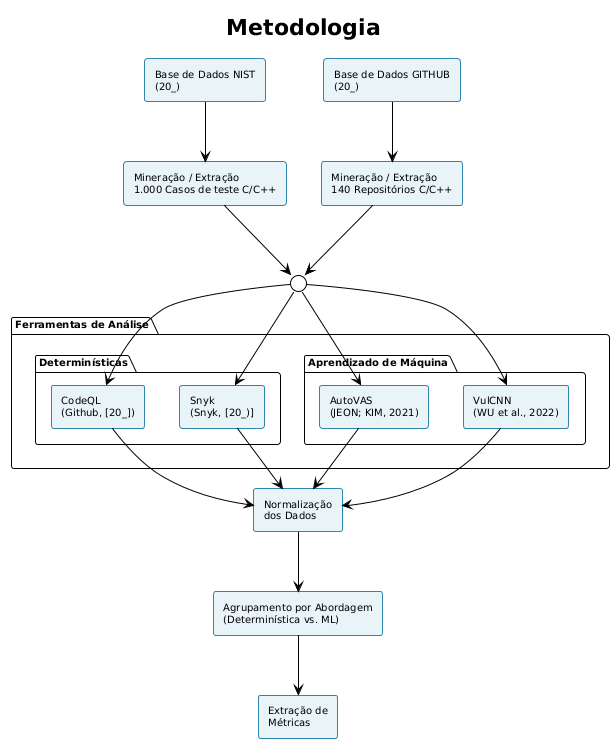
AnaCarolinaMello/mees-trabalho-4 keeps this PlantUML diagram as imgs/metodologia.png. Above is the earlier version. The source it was exported from:
```plantuml
@startuml
!theme plain
skinparam defaultFontName Arial
skinparam defaultFontSize 10
skinparam rectangle {
    BackgroundColor #E8F4F8
    BorderColor #2E86AB
}

title Metodologia

rectangle "Base de Dados NIST\n(20_)" as nist

rectangle "Base de Dados GITHUB\n(20_)" as github

rectangle "Mineração / Extração\n1.000 Casos de teste C/C++" as mineracao

rectangle "Mineração / Extração\n140 Repositórios C/C++" as mineracaoGithub

circle " " as juncao

package "Ferramentas de Análise" as ferramentas {
    package "Determinísticas" as deterministicas {
        rectangle "CodeQL\n(Github, [20_])" as codeql
        rectangle "Snyk\n(Snyk, [20_)]" as snyk
    }

    package "Aprendizado de Máquina" as ml {
        rectangle "AutoVAS\n(JEON; KIM, 2021)" as autovas
        rectangle "VulCNN\n(WU et al., 2022)" as vulcnn
    }
}

rectangle "Normalização\ndos Dados" as normalizacao

rectangle "Agrupamento por Abordagem\n(Determinística vs. ML)" as agrupamento

rectangle "Extração de\nMétricas" as metricas

nist --> mineracao
github --> mineracaoGithub
mineracao --> juncao
mineracaoGithub --> juncao
juncao --> codeql
juncao --> snyk
juncao --> autovas
juncao --> vulcnn

codeql --> normalizacao
snyk --> normalizacao
autovas --> normalizacao
vulcnn --> normalizacao

normalizacao --> agrupamento
agrupamento --> metricas
@enduml
```
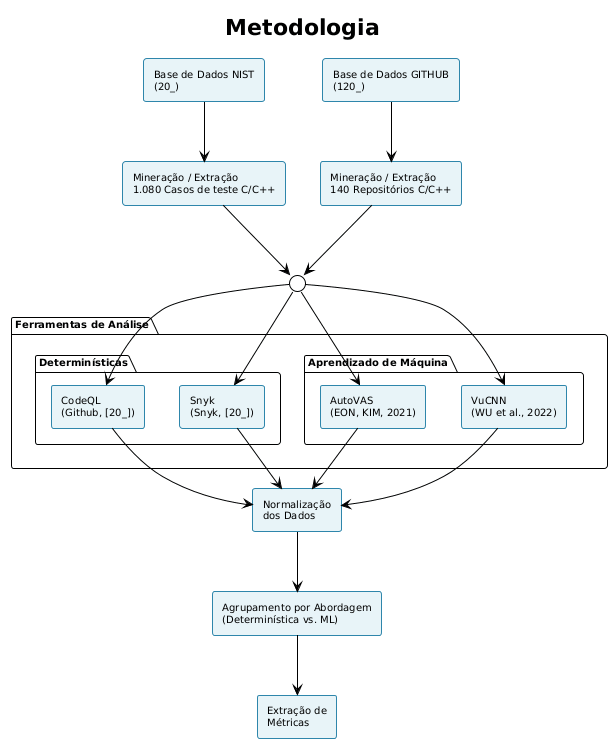
After the commit.

Diff of the diagram source:
```diff
@@ -11,23 +11,23 @@
 
 rectangle "Base de Dados NIST\n(20_)" as nist
 
-rectangle "Base de Dados GITHUB\n(20_)" as github
+rectangle "Base de Dados GITHUB\n(120_)" as github
 
-rectangle "Mineração / Extração\n1.000 Casos de teste C/C++" as mineracao
+rectangle "Mineração / Extração\n1.080 Casos de teste C/C++" as mineracao_nist
 
-rectangle "Mineração / Extração\n140 Repositórios C/C++" as mineracaoGithub
+rectangle "Mineração / Extração\n140 Repositórios C/C++" as mineracao_github
 
-circle " " as juncao
+circle " " as juncao #white
 
 package "Ferramentas de Análise" as ferramentas {
     package "Determinísticas" as deterministicas {
         rectangle "CodeQL\n(Github, [20_])" as codeql
-        rectangle "Snyk\n(Snyk, [20_)]" as snyk
+        rectangle "Snyk\n(Snyk, [20_])" as snyk
     }
 
     package "Aprendizado de Máquina" as ml {
-        rectangle "AutoVAS\n(JEON; KIM, 2021)" as autovas
-        rectangle "VulCNN\n(WU et al., 2022)" as vulcnn
+        rectangle "AutoVAS\n(EON, KIM, 2021)" as autovas
+        rectangle "VuCNN\n(WU et al., 2022)" as vulcnn
     }
 }
 
@@ -37,10 +37,12 @@
 
 rectangle "Extração de\nMétricas" as metricas
 
-nist --> mineracao
-github --> mineracaoGithub
-mineracao --> juncao
-mineracaoGithub --> juncao
+nist --> mineracao_nist
+github --> mineracao_github
+
+mineracao_nist --> juncao
+mineracao_github --> juncao
+
 juncao --> codeql
 juncao --> snyk
 juncao --> autovas
```
